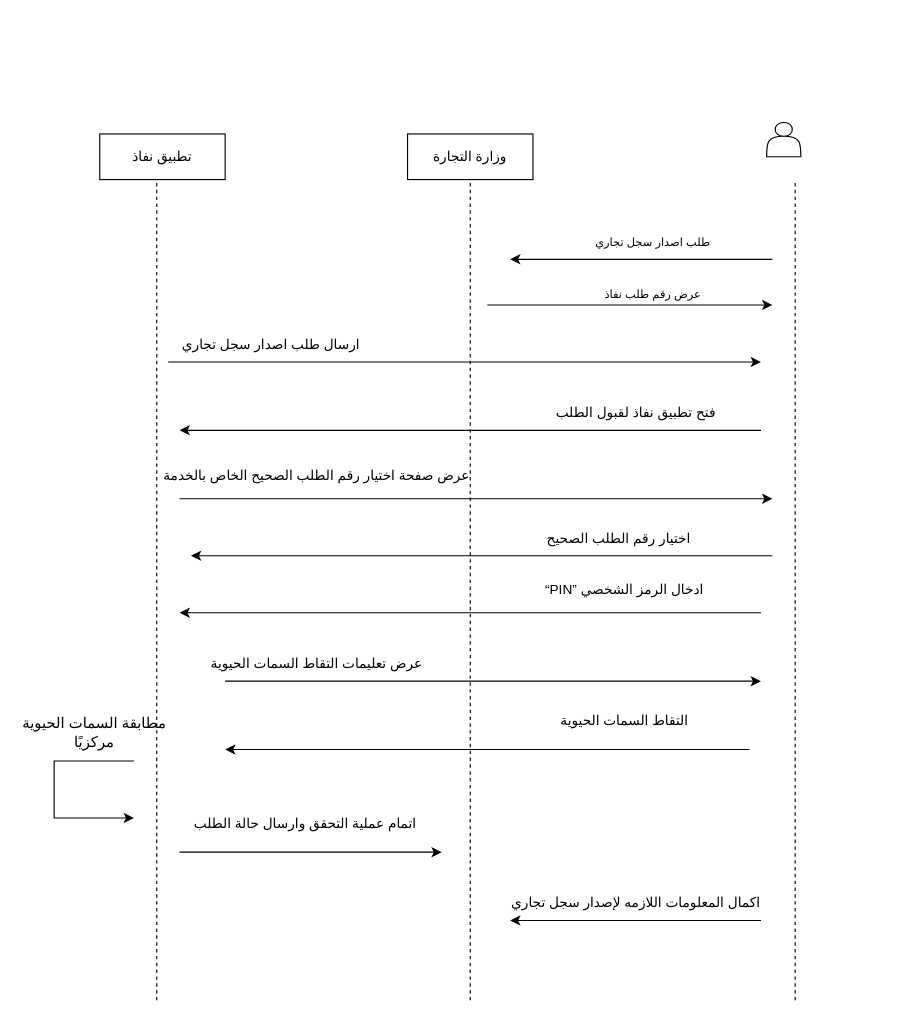
BayadirAlharbi/SmartMethodsTask1 keeps this draw.io diagram as اصدار سجل تجاري.drawio. Above is the earlier version. Source tidied: cells renumbered, new cells numbered last; positions are measured from the earlier drawing's top-left corner, leaving out a move shared by most shapes. Both pictures are drawn from the tidied source at 114%, with x=0, y=0 at pixel (19, 122).
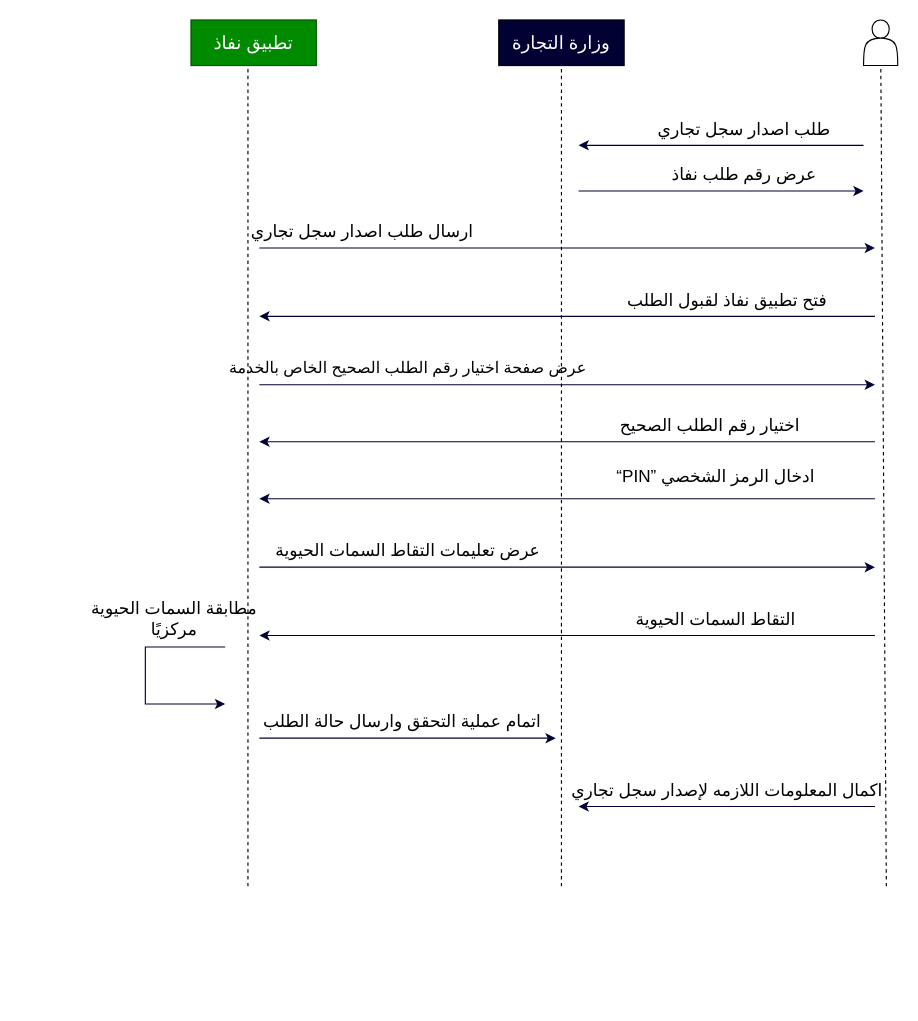
The same page after the edit.

The edit, as a diff of the source:
```diff
@@
-    <mxCell id="2" style="endArrow=none;dashed=1;html=1;rounded=0;startArrow=none;" parent="1" edge="1" source="30">
-      <mxGeometry relative="1" as="geometry">
-        <mxPoint x="680" y="30" as="targetPoint" />
-      </mxGeometry>
-    </mxCell>
     <mxCell id="3" style="endArrow=none;dashed=1;html=1;rounded=0;startArrow=none;" parent="1" edge="1" source="28">
       <mxGeometry relative="1" as="geometry">
-        <mxPoint x="400" y="30" as="targetPoint" />
+        <mxPoint x="480" y="-70" as="targetPoint" />
       </mxGeometry>
     </mxCell>
-    <mxCell id="4" value="تطبيق نفاذ" style="rounded=0;whiteSpace=wrap;html=1;strokeColor=default;" parent="1" vertex="1">
-      <mxGeometry x="70" y="10" width="110" height="40" as="geometry" />
+    <mxCell id="4" value="تطبيق نفاذ" style="rounded=0;whiteSpace=wrap;html=1;strokeColor=#005700;fillColor=#008a00;fontColor=#ffffff;fontSize=16;" parent="1" vertex="1">
+      <mxGeometry x="150" y="-90" width="110" height="40" as="geometry" />
     </mxCell>
     <mxCell id="5" style="endArrow=none;dashed=1;html=1;rounded=0;" parent="1" edge="1">
       <mxGeometry relative="1" as="geometry">
-        <mxPoint x="120" y="770" as="sourcePoint" />
-        <mxPoint x="120" y="50" as="targetPoint" />
+        <mxPoint x="200" y="670" as="sourcePoint" />
+        <mxPoint x="200" y="-50" as="targetPoint" />
       </mxGeometry>
     </mxCell>
-    <mxCell id="6" style="endArrow=classic;html=1;rounded=0;fontSize=10;" parent="1" edge="1">
+    <mxCell id="6" style="endArrow=classic;html=1;rounded=0;fontSize=10;fillColor=#0050ef;strokeColor=#000033;" parent="1" edge="1">
       <mxGeometry relative="1" as="geometry">
-        <mxPoint x="660" y="120" as="sourcePoint" />
-        <mxPoint x="430" y="120" as="targetPoint" />
+        <mxPoint x="740" y="20" as="sourcePoint" />
+        <mxPoint x="490" y="20" as="targetPoint" />
       </mxGeometry>
     </mxCell>
-    <mxCell id="7" value="طلب اصدار سجل تجاري" style="text;html=1;align=center;verticalAlign=middle;strokeColor=none;fillColor=none;fontSize=10;" parent="1" vertex="1">
-      <mxGeometry x="500" y="90" width="110" height="30" as="geometry" />
+    <mxCell id="7" value="&lt;font style=&quot;font-size: 15px;&quot;&gt;طلب اصدار سجل تجاري&lt;/font&gt;" style="text;html=1;align=center;verticalAlign=middle;strokeColor=none;fillColor=none;fontSize=15;" parent="1" vertex="1">
+      <mxGeometry x="560" y="-10" width="150" height="30" as="geometry" />
     </mxCell>
-    <mxCell id="8" style="endArrow=classic;html=1;rounded=0;fontSize=10;" parent="1" edge="1">
+    <mxCell id="8" style="endArrow=classic;html=1;rounded=0;fontSize=10;strokeColor=#000033;" parent="1" edge="1">
       <mxGeometry relative="1" as="geometry">
-        <mxPoint x="410" y="160" as="sourcePoint" />
-        <mxPoint x="660" y="160" as="targetPoint" />
+        <mxPoint x="490" y="60" as="sourcePoint" />
+        <mxPoint x="740" y="60" as="targetPoint" />
       </mxGeometry>
     </mxCell>
-    <mxCell id="9" value="عرض رقم طلب نفاذ" style="text;html=1;align=center;verticalAlign=middle;strokeColor=none;fillColor=none;fontSize=10;" parent="1" vertex="1">
-      <mxGeometry x="510" y="135" width="90" height="30" as="geometry" />
+    <mxCell id="9" value="&lt;font style=&quot;font-size: 15px;&quot;&gt;عرض رقم طلب نفاذ&lt;/font&gt;" style="text;html=1;align=center;verticalAlign=middle;strokeColor=none;fillColor=none;fontSize=15;" parent="1" vertex="1">
+      <mxGeometry x="575" y="30" width="120" height="30" as="geometry" />
     </mxCell>
-    <mxCell id="10" style="endArrow=classic;html=1;rounded=0;" parent="1" edge="1">
+    <mxCell id="10" style="endArrow=classic;html=1;rounded=0;strokeColor=#000033;" parent="1" edge="1">
       <mxGeometry relative="1" as="geometry">
-        <mxPoint x="130" y="210" as="sourcePoint" />
-        <mxPoint x="650" y="210" as="targetPoint" />
+        <mxPoint x="210" y="110" as="sourcePoint" />
+        <mxPoint x="750" y="110" as="targetPoint" />
       </mxGeometry>
     </mxCell>
-    <mxCell id="11" value="ارسال طلب اصدار سجل تجاري" style="text;html=1;align=center;verticalAlign=middle;strokeColor=none;fillColor=none;" parent="1" vertex="1">
-      <mxGeometry x="140" y="180" width="160" height="30" as="geometry" />
+    <mxCell id="11" value="&lt;font style=&quot;font-size: 15px;&quot;&gt;ارسال طلب اصدار سجل تجاري&lt;/font&gt;" style="text;html=1;align=center;verticalAlign=middle;strokeColor=none;fillColor=none;fontSize=15;" parent="1" vertex="1">
+      <mxGeometry x="210" y="80" width="180" height="30" as="geometry" />
     </mxCell>
-    <mxCell id="12" style="endArrow=classic;html=1;rounded=0;" parent="1" edge="1">
+    <mxCell id="12" style="endArrow=classic;html=1;rounded=0;strokeColor=#000033;" parent="1" edge="1">
       <mxGeometry relative="1" as="geometry">
-        <mxPoint x="650" y="270" as="sourcePoint" />
-        <mxPoint x="140" y="270" as="targetPoint" />
+        <mxPoint x="750" y="170" as="sourcePoint" />
+        <mxPoint x="210" y="170" as="targetPoint" />
       </mxGeometry>
     </mxCell>
-    <mxCell id="13" value="فتح تطبيق نفاذ لقبول الطلب" style="text;html=1;align=center;verticalAlign=middle;strokeColor=none;fillColor=none;" parent="1" vertex="1">
-      <mxGeometry x="470" y="240" width="140" height="30" as="geometry" />
+    <mxCell id="13" value="فتح تطبيق نفاذ لقبول الطلب" style="text;html=1;align=center;verticalAlign=middle;strokeColor=none;fillColor=none;fontSize=15;" parent="1" vertex="1">
+      <mxGeometry x="545" y="140" width="150" height="30" as="geometry" />
     </mxCell>
-    <mxCell id="14" style="endArrow=classic;html=1;rounded=0;" parent="1" edge="1">
+    <mxCell id="14" style="endArrow=classic;html=1;rounded=0;strokeColor=#000033;" parent="1" edge="1">
       <mxGeometry relative="1" as="geometry">
-        <mxPoint x="140" y="330" as="sourcePoint" />
-        <mxPoint x="660" y="330" as="targetPoint" />
+        <mxPoint x="210" y="230" as="sourcePoint" />
+        <mxPoint x="750" y="230" as="targetPoint" />
       </mxGeometry>
     </mxCell>
-    <mxCell id="15" value="عرض صفحة اختيار رقم الطلب الصحيح الخاص بالخدمة" style="text;html=1;align=center;verticalAlign=middle;strokeColor=none;fillColor=none;" parent="1" vertex="1">
-      <mxGeometry x="130" y="295" width="260" height="30" as="geometry" />
+    <mxCell id="15" value="عرض صفحة اختيار رقم الطلب الصحيح الخاص بالخدمة" style="text;html=1;align=center;verticalAlign=middle;strokeColor=none;fillColor=none;fontSize=14;" parent="1" vertex="1">
+      <mxGeometry x="200" y="200" width="280" height="30" as="geometry" />
     </mxCell>
-    <mxCell id="16" style="endArrow=classic;html=1;rounded=0;" parent="1" edge="1">
+    <mxCell id="16" style="endArrow=classic;html=1;rounded=0;strokeColor=#000033;" parent="1" edge="1">
       <mxGeometry relative="1" as="geometry">
-        <mxPoint x="660" y="380" as="sourcePoint" />
-        <mxPoint x="150" y="380" as="targetPoint" />
+        <mxPoint x="750" y="280" as="sourcePoint" />
+        <mxPoint x="210" y="280" as="targetPoint" />
       </mxGeometry>
     </mxCell>
-    <mxCell id="17" value="اختيار رقم الطلب الصحيح" style="text;html=1;align=center;verticalAlign=middle;strokeColor=none;fillColor=none;" parent="1" vertex="1">
-      <mxGeometry x="460" y="350" width="130" height="30" as="geometry" />
+    <mxCell id="17" value="اختيار رقم الطلب الصحيح" style="text;html=1;align=center;verticalAlign=middle;strokeColor=none;fillColor=none;fontSize=15;" parent="1" vertex="1">
+      <mxGeometry x="530" y="250" width="150" height="30" as="geometry" />
     </mxCell>
-    <mxCell id="18" style="endArrow=classic;html=1;rounded=0;" parent="1" edge="1">
+    <mxCell id="18" style="endArrow=classic;html=1;rounded=0;strokeColor=#000033;" parent="1" edge="1">
       <mxGeometry relative="1" as="geometry">
-        <mxPoint x="180" y="490" as="sourcePoint" />
-        <mxPoint x="650" y="490" as="targetPoint" />
+        <mxPoint x="210" y="390" as="sourcePoint" />
+        <mxPoint x="750" y="390" as="targetPoint" />
       </mxGeometry>
     </mxCell>
-    <mxCell id="19" value="عرض تعليمات التقاط السمات الحيوية" style="text;html=1;align=center;verticalAlign=middle;strokeColor=none;fillColor=none;" parent="1" vertex="1">
-      <mxGeometry x="170" y="460" width="180" height="30" as="geometry" />
+    <mxCell id="19" value="&lt;font style=&quot;font-size: 15px;&quot;&gt;عرض تعليمات التقاط السمات الحيوية&lt;/font&gt;" style="text;html=1;align=center;verticalAlign=middle;strokeColor=none;fillColor=none;fontSize=15;" parent="1" vertex="1">
+      <mxGeometry x="240" y="360" width="200" height="30" as="geometry" />
     </mxCell>
-    <mxCell id="20" style="endArrow=classic;html=1;rounded=0;" parent="1" edge="1">
+    <mxCell id="20" style="endArrow=classic;html=1;rounded=0;strokeColor=#000033;" parent="1" edge="1">
       <mxGeometry relative="1" as="geometry">
-        <mxPoint x="640" y="550" as="sourcePoint" />
-        <mxPoint x="180" y="550" as="targetPoint" />
+        <mxPoint x="750" y="450" as="sourcePoint" />
+        <mxPoint x="210" y="450" as="targetPoint" />
       </mxGeometry>
     </mxCell>
-    <mxCell id="21" value="التقاط السمات الحيوية" style="text;html=1;align=center;verticalAlign=middle;strokeColor=none;fillColor=none;" parent="1" vertex="1">
-      <mxGeometry x="470" y="510" width="120" height="30" as="geometry" />
+    <mxCell id="21" value="التقاط السمات الحيوية" style="text;html=1;align=center;verticalAlign=middle;strokeColor=none;fillColor=none;fontSize=15;" parent="1" vertex="1">
+      <mxGeometry x="545" y="420" width="130" height="30" as="geometry" />
     </mxCell>
-    <mxCell id="22" style="endArrow=classic;html=1;rounded=0;fontSize=10;" parent="1" edge="1">
+    <mxCell id="22" style="endArrow=classic;html=1;rounded=0;fontSize=10;strokeColor=#000033;" parent="1" edge="1">
       <mxGeometry relative="1" as="geometry">
-        <mxPoint x="100" y="560" as="sourcePoint" />
-        <mxPoint x="100" y="610" as="targetPoint" />
+        <mxPoint x="180" y="460" as="sourcePoint" />
+        <mxPoint x="180" y="510" as="targetPoint" />
         <Array as="points">
-          <mxPoint x="30" y="560" />
-          <mxPoint x="30" y="610" />
+          <mxPoint x="110" y="460" />
+          <mxPoint x="110" y="510" />
         </Array>
       </mxGeometry>
     </mxCell>
-    <mxCell id="23" value="مطابقة السمات الحيوية&lt;br style=&quot;font-size: 13px;&quot;&gt;مركزيًا" style="text;html=1;align=center;verticalAlign=middle;strokeColor=none;fillColor=none;fontSize=13;" parent="1" vertex="1">
-      <mxGeometry y="515" width="130" height="40" as="geometry" />
+    <mxCell id="23" value="مطابقة السمات الحيوية&lt;br style=&quot;font-size: 15px;&quot;&gt;مركزيًا" style="text;html=1;align=center;verticalAlign=middle;strokeColor=none;fillColor=none;fontSize=15;" parent="1" vertex="1">
+      <mxGeometry x="70" y="410" width="130" height="50" as="geometry" />
     </mxCell>
-    <mxCell id="24" style="endArrow=classic;html=1;rounded=0;" parent="1" edge="1">
+    <mxCell id="24" style="endArrow=classic;html=1;rounded=0;strokeColor=#000033;" parent="1" edge="1">
       <mxGeometry relative="1" as="geometry">
-        <mxPoint x="140" y="640" as="sourcePoint" />
-        <mxPoint x="370" y="640" as="targetPoint" />
+        <mxPoint x="210" y="540" as="sourcePoint" />
+        <mxPoint x="470" y="540" as="targetPoint" />
       </mxGeometry>
     </mxCell>
-    <mxCell id="25" value="اتمام عملية التحقق وارسال حالة الطلب" style="text;html=1;align=center;verticalAlign=middle;strokeColor=none;fillColor=none;" parent="1" vertex="1">
-      <mxGeometry x="160" y="600" width="180" height="30" as="geometry" />
+    <mxCell id="25" value="اتمام عملية التحقق وارسال حالة الطلب" style="text;html=1;align=center;verticalAlign=middle;strokeColor=none;fillColor=none;fontSize=15;" parent="1" vertex="1">
+      <mxGeometry x="230" y="510" width="210" height="30" as="geometry" />
     </mxCell>
-    <mxCell id="26" style="endArrow=classic;html=1;rounded=0;" parent="1" edge="1">
+    <mxCell id="26" style="endArrow=classic;html=1;rounded=0;strokeColor=#000033;" parent="1" edge="1">
       <mxGeometry relative="1" as="geometry">
-        <mxPoint x="650" y="700" as="sourcePoint" />
-        <mxPoint x="430" y="700" as="targetPoint" />
+        <mxPoint x="750" y="600" as="sourcePoint" />
+        <mxPoint x="490" y="600" as="targetPoint" />
       </mxGeometry>
     </mxCell>
-    <mxCell id="27" value="اكمال المعلومات اللازمه لإصدار سجل تجاري" style="text;html=1;align=center;verticalAlign=middle;strokeColor=none;fillColor=none;" parent="1" vertex="1">
-      <mxGeometry x="435" y="670" width="210" height="30" as="geometry" />
+    <mxCell id="27" value="اكمال المعلومات اللازمه لإصدار سجل تجاري" style="text;html=1;align=center;verticalAlign=middle;strokeColor=none;fillColor=none;fontSize=15;" parent="1" vertex="1">
+      <mxGeometry x="500" y="570" width="240" height="30" as="geometry" />
     </mxCell>
-    <mxCell id="28" value="وزارة التجارة" style="rounded=0;whiteSpace=wrap;html=1;strokeColor=default;" parent="1" vertex="1">
-      <mxGeometry x="340" y="10" width="110" height="40" as="geometry" />
+    <mxCell id="28" value="&lt;font style=&quot;font-size: 16px;&quot;&gt;وزارة التجارة&lt;/font&gt;" style="rounded=0;whiteSpace=wrap;html=1;strokeColor=#000000;fillColor=#000033;fontColor=#ffffff;" parent="1" vertex="1">
+      <mxGeometry x="420" y="-90" width="110" height="40" as="geometry" />
     </mxCell>
     <mxCell id="29" style="endArrow=none;dashed=1;html=1;rounded=0;" parent="1" edge="1" target="28">
       <mxGeometry relative="1" as="geometry">
-        <mxPoint x="395" y="770" as="sourcePoint" />
+        <mxPoint x="475" y="670" as="sourcePoint" />
       </mxGeometry>
     </mxCell>
-    <mxCell id="30" style="shape=actor;whiteSpace=wrap;html=1;strokeColor=default;verticalAlign=middle;fontStyle=0;" parent="1" vertex="1">
-      <mxGeometry x="655" width="30" height="30" as="geometry" />
-    </mxCell>
-    <mxCell id="31" style="endArrow=none;dashed=1;html=1;rounded=0;" parent="1" edge="1">
+    <mxCell id="31" style="endArrow=none;dashed=1;html=1;rounded=0;startArrow=none;" parent="1" edge="1" source="30">
       <mxGeometry relative="1" as="geometry">
-        <mxPoint x="680" y="770" as="sourcePoint" />
-        <mxPoint x="680" y="50" as="targetPoint" />
+        <mxPoint x="760" y="-50" as="targetPoint" />
       </mxGeometry>
     </mxCell>
-    <mxCell id="32" style="endArrow=classic;html=1;rounded=0;" parent="1" edge="1">
+    <mxCell id="32" style="endArrow=classic;html=1;rounded=0;strokeColor=#000033;" parent="1" edge="1">
       <mxGeometry relative="1" as="geometry">
-        <mxPoint x="650" y="430" as="sourcePoint" />
-        <mxPoint x="140" y="430" as="targetPoint" />
+        <mxPoint x="750" y="330" as="sourcePoint" />
+        <mxPoint x="210" y="330" as="targetPoint" />
       </mxGeometry>
     </mxCell>
-    <mxCell id="33" value="“PIN” ادخال الرمز الشخصي" style="text;html=1;align=center;verticalAlign=middle;strokeColor=none;fillColor=none;" parent="1" vertex="1">
-      <mxGeometry x="455" y="395" width="150" height="30" as="geometry" />
+    <mxCell id="33" value="&lt;font style=&quot;font-size: 15px;&quot;&gt;“PIN” ادخال الرمز الشخصي&lt;/font&gt;" style="text;html=1;align=center;verticalAlign=middle;strokeColor=none;fillColor=none;fontSize=15;" parent="1" vertex="1">
+      <mxGeometry x="525" y="295" width="170" height="30" as="geometry" />
     </mxCell>
+    <mxCell id="30" style="shape=actor;whiteSpace=wrap;html=1;strokeColor=default;verticalAlign=middle;fontStyle=0;" parent="1" vertex="1">
+      <mxGeometry x="740" y="-90" width="30" height="40" as="geometry" />
+    </mxCell>
+    <mxCell id="34" style="endArrow=none;dashed=1;html=1;rounded=0;" parent="1" edge="1" target="30">
+      <mxGeometry relative="1" as="geometry">
+        <mxPoint x="760" y="670" as="sourcePoint" />
+      </mxGeometry>
+    </mxCell>
```
